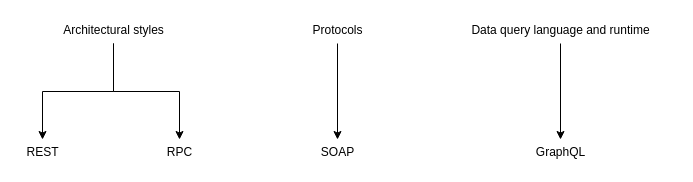
Above: API.drawio in francoscarpa/Notes (draw.io), before the change. Source tidied: cells renumbered, new cells numbered last; positions are measured from the earlier drawing's top-left corner, leaving out a move shared by most shapes. Both pictures are drawn from the tidied source at 100%, with x=0, y=0 at pixel (17, 17).
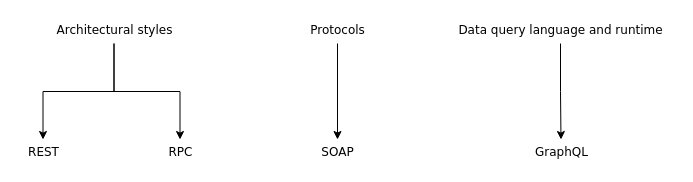
The same page after the edit.

Diff of the diagram source:
```diff
@@
 <mxGraphModel>
   <root>
     <mxCell id="0" />
     <mxCell id="1" parent="0" />
-    <mxCell id="2" value="REST" style="text;html=1;align=center;verticalAlign=middle;points=[];strokeColor=none;fillColor=none;" parent="1" vertex="1">
-      <mxGeometry y="122" width="50" height="26" as="geometry" />
+    <mxCell id="2" value="REST" style="text;html=1;align=center;verticalAlign=middle;points=[];strokeColor=none;fillColor=none;fontFamily=Verdana;" parent="1" vertex="1">
+      <mxGeometry x="1" y="122" width="49" height="26" as="geometry" />
     </mxCell>
-    <mxCell id="3" value="SOAP" style="text;html=1;align=center;verticalAlign=middle;points=[];strokeColor=none;fillColor=none;" parent="1" vertex="1">
-      <mxGeometry x="295" y="122" width="50" height="26" as="geometry" />
+    <mxCell id="3" value="SOAP" style="text;html=1;align=center;verticalAlign=middle;points=[];strokeColor=none;fillColor=none;fontFamily=Verdana;" parent="1" vertex="1">
+      <mxGeometry x="294" y="122" width="52" height="26" as="geometry" />
     </mxCell>
-    <mxCell id="4" value="RPC" style="text;html=1;align=center;verticalAlign=middle;points=[];strokeColor=none;fillColor=none;" parent="1" vertex="1">
-      <mxGeometry x="140" y="122" width="44" height="26" as="geometry" />
+    <mxCell id="4" value="RPC" style="text;html=1;align=center;verticalAlign=middle;points=[];strokeColor=none;fillColor=none;fontFamily=Verdana;" parent="1" vertex="1">
+      <mxGeometry x="141" y="122" width="43" height="26" as="geometry" />
     </mxCell>
-    <mxCell id="5" value="GraphQL" style="text;html=1;align=center;verticalAlign=middle;points=[];strokeColor=none;fillColor=none;" parent="1" vertex="1">
-      <mxGeometry x="509" y="122" width="68" height="26" as="geometry" />
+    <mxCell id="5" value="GraphQL" style="text;html=1;align=center;verticalAlign=middle;points=[];strokeColor=none;fillColor=none;fontFamily=Verdana;" parent="1" vertex="1">
+      <mxGeometry x="507" y="122" width="73" height="26" as="geometry" />
     </mxCell>
-    <mxCell id="6" style="edgeStyle=orthogonalEdgeStyle;rounded=0;jettySize=auto;html=1;" parent="1" edge="1" source="8" target="2">
+    <mxCell id="6" style="edgeStyle=orthogonalEdgeStyle;rounded=0;jettySize=auto;html=1;fontFamily=Verdana;" parent="1" edge="1" source="8" target="2">
       <mxGeometry relative="1" as="geometry" />
     </mxCell>
-    <mxCell id="7" style="edgeStyle=orthogonalEdgeStyle;rounded=0;jettySize=auto;html=1;" parent="1" edge="1" source="8" target="4">
+    <mxCell id="7" style="edgeStyle=orthogonalEdgeStyle;rounded=0;jettySize=auto;html=1;fontFamily=Verdana;" parent="1" edge="1" source="8" target="4">
       <mxGeometry relative="1" as="geometry" />
     </mxCell>
-    <mxCell id="8" value="Architectural styles" style="text;html=1;align=center;verticalAlign=middle;points=[];strokeColor=none;fillColor=none;" parent="1" vertex="1">
-      <mxGeometry x="36" width="120" height="26" as="geometry" />
+    <mxCell id="8" value="Architectural styles" style="text;html=1;align=center;verticalAlign=middle;points=[];strokeColor=none;fillColor=none;fontFamily=Verdana;" parent="1" vertex="1">
+      <mxGeometry x="28" width="137" height="26" as="geometry" />
     </mxCell>
-    <mxCell id="9" style="edgeStyle=orthogonalEdgeStyle;rounded=0;jettySize=auto;html=1;" parent="1" edge="1" source="10" target="3">
+    <mxCell id="9" style="edgeStyle=orthogonalEdgeStyle;rounded=0;jettySize=auto;html=1;fontFamily=Verdana;" parent="1" edge="1" source="10" target="3">
       <mxGeometry relative="1" as="geometry" />
     </mxCell>
-    <mxCell id="10" value="&lt;div&gt;Protocols&lt;/div&gt;" style="text;html=1;align=center;verticalAlign=middle;points=[];strokeColor=none;fillColor=none;" parent="1" vertex="1">
-      <mxGeometry x="285" width="70" height="26" as="geometry" />
+    <mxCell id="10" value="&lt;div&gt;Protocols&lt;/div&gt;" style="text;html=1;align=center;verticalAlign=middle;points=[];strokeColor=none;fillColor=none;fontFamily=Verdana;" parent="1" vertex="1">
+      <mxGeometry x="282" width="76" height="26" as="geometry" />
     </mxCell>
-    <mxCell id="11" style="edgeStyle=orthogonalEdgeStyle;rounded=0;jettySize=auto;html=1;" parent="1" edge="1" source="12" target="5">
+    <mxCell id="11" style="edgeStyle=orthogonalEdgeStyle;rounded=0;jettySize=auto;html=1;fontFamily=Verdana;" parent="1" edge="1" source="12" target="5">
       <mxGeometry relative="1" as="geometry" />
     </mxCell>
-    <mxCell id="12" value="Data query language and runtime " style="text;html=1;align=center;verticalAlign=middle;points=[];strokeColor=none;fillColor=none;" parent="1" vertex="1">
-      <mxGeometry x="442.5" width="201" height="26" as="geometry" />
+    <mxCell id="12" value="Data query language and runtime " style="text;html=1;align=center;verticalAlign=middle;points=[];strokeColor=none;fillColor=none;fontFamily=Verdana;" parent="1" vertex="1">
+      <mxGeometry x="427.5" width="231" height="26" as="geometry" />
     </mxCell>
   </root>
 </mxGraphModel>
```
